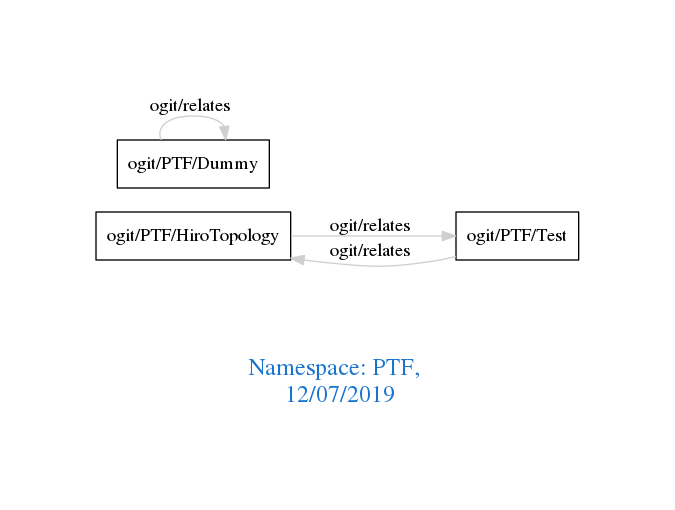
Above: downloads/PTF.png in arago/OGIT (Graphviz), before the change. Its source is kept beside it as downloads/PTF.dot.
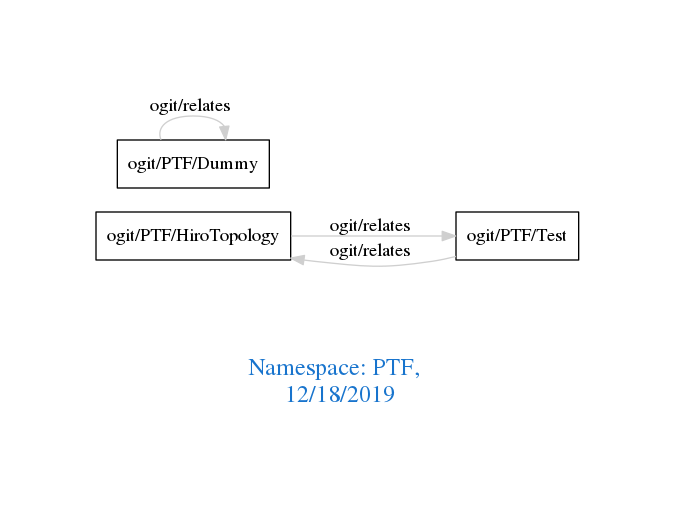
The same diagram one commit later.

What changed in the source:
```diff
@@ -1,7 +1,7 @@
 digraph OGIT_ontology {
  graph [ rankdir= LR,pad=1
 fontsize = 18,
-fontcolor= dodgerblue3,label = "\n\n\nNamespace: PTF, \n 12/07/2019"];
+fontcolor= dodgerblue3,label = "\n\n\nNamespace: PTF, \n 12/18/2019"];
 node[shape=polygon];
 edge [  color="gray81"];
 
```
